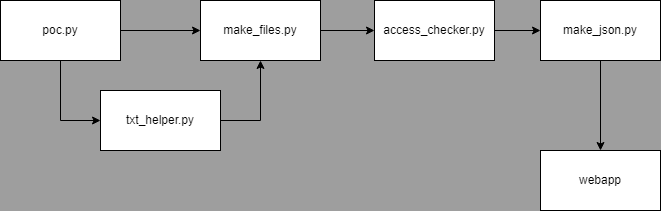
The draw.io diagram flow.png in Lennskie/bachelor-thesis-2023, before a commit. Source tidied: cells renumbered, new cells last; positions are measured from the earlier drawing's top-left corner, leaving out a move shared by most shapes.
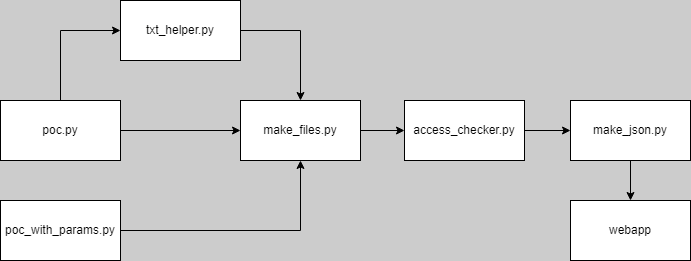
The same file after the commit.

Commit message:
Update README & add poc with params so it can be ran with 1 command

What changed in the source:
```diff
@@ -1,42 +1,48 @@
-<mxGraphModel background="#9E9E9E">
+<mxGraphModel background="#CCCCCC">
   <root>
     <mxCell id="0" />
     <mxCell id="1" parent="0" />
+    <mxCell id="3" style="edgeStyle=orthogonalEdgeStyle;rounded=0;jettySize=auto;html=1;entryX=0;entryY=0.5;entryDx=0;entryDy=0;" parent="1" edge="1" source="4" target="8">
+      <mxGeometry relative="1" as="geometry" />
+    </mxCell>
-    <mxCell id="2" style="edgeStyle=orthogonalEdgeStyle;rounded=0;jettySize=auto;html=1;" parent="1" edge="1" source="4" target="6">
+    <mxCell id="2" style="edgeStyle=orthogonalEdgeStyle;rounded=0;jettySize=auto;html=1;entryX=0;entryY=0.5;entryDx=0;entryDy=0;" parent="1" edge="1" source="4" target="6">
       <mxGeometry relative="1" as="geometry" />
     </mxCell>
-    <mxCell id="3" style="edgeStyle=orthogonalEdgeStyle;rounded=0;jettySize=auto;html=1;entryX=0;entryY=0.5;entryDx=0;entryDy=0;" parent="1" edge="1" source="4" target="8">
-      <mxGeometry relative="1" as="geometry" />
-    </mxCell>
     <mxCell id="4" value="poc.py" style="rounded=0;whiteSpace=wrap;html=1;" parent="1" vertex="1">
-      <mxGeometry width="120" height="60" as="geometry" />
+      <mxGeometry x="-30" y="-30" width="120" height="60" as="geometry" />
     </mxCell>
+    <mxCell id="14" style="edgeStyle=orthogonalEdgeStyle;rounded=0;jettySize=auto;html=1;entryX=0.5;entryY=1;entryDx=0;entryDy=0;" parent="1" edge="1" source="15" target="6">
+      <mxGeometry relative="1" as="geometry" />
+    </mxCell>
+    <mxCell id="15" value="poc_with_params.py" style="rounded=0;whiteSpace=wrap;html=1;" parent="1" vertex="1">
+      <mxGeometry x="-30" y="70" width="120" height="60" as="geometry" />
+    </mxCell>
+    <mxCell id="7" style="edgeStyle=orthogonalEdgeStyle;rounded=0;jettySize=auto;html=1;entryX=0.5;entryY=0;entryDx=0;entryDy=0;exitX=1;exitY=0.5;exitDx=0;exitDy=0;" parent="1" edge="1" source="8" target="6">
+      <mxGeometry relative="1" as="geometry" />
+    </mxCell>
+    <mxCell id="8" value="txt_helper.py" style="rounded=0;whiteSpace=wrap;html=1;" parent="1" vertex="1">
+      <mxGeometry x="90" y="-130" width="120" height="60" as="geometry" />
+    </mxCell>
     <mxCell id="5" style="edgeStyle=orthogonalEdgeStyle;rounded=0;jettySize=auto;html=1;entryX=0;entryY=0.5;entryDx=0;entryDy=0;" parent="1" edge="1" source="6" target="10">
       <mxGeometry relative="1" as="geometry" />
     </mxCell>
     <mxCell id="6" value="make_files.py" style="rounded=0;whiteSpace=wrap;html=1;" parent="1" vertex="1">
-      <mxGeometry x="200" width="120" height="60" as="geometry" />
+      <mxGeometry x="210" y="-30" width="120" height="60" as="geometry" />
     </mxCell>
-    <mxCell id="7" style="edgeStyle=orthogonalEdgeStyle;rounded=0;jettySize=auto;html=1;entryX=0.5;entryY=1;entryDx=0;entryDy=0;exitX=1;exitY=0.5;exitDx=0;exitDy=0;" parent="1" edge="1" source="8" target="6">
-      <mxGeometry relative="1" as="geometry" />
-    </mxCell>
-    <mxCell id="8" value="txt_helper.py" style="rounded=0;whiteSpace=wrap;html=1;" parent="1" vertex="1">
-      <mxGeometry x="100" y="90" width="120" height="60" as="geometry" />
-    </mxCell>
-    <mxCell id="9" style="edgeStyle=orthogonalEdgeStyle;rounded=0;jettySize=auto;html=1;entryX=0;entryY=0.5;entryDx=0;entryDy=0;" parent="1" edge="1" source="10" target="12">
+    <mxCell id="9" style="edgeStyle=orthogonalEdgeStyle;rounded=0;jettySize=auto;html=1;" parent="1" edge="1" source="10" target="12">
       <mxGeometry relative="1" as="geometry" />
     </mxCell>
     <mxCell id="10" value="access_checker.py" style="rounded=0;whiteSpace=wrap;html=1;" parent="1" vertex="1">
-      <mxGeometry x="374" width="120" height="60" as="geometry" />
+      <mxGeometry x="374" y="-30" width="120" height="60" as="geometry" />
     </mxCell>
-    <mxCell id="11" style="edgeStyle=orthogonalEdgeStyle;rounded=0;jettySize=auto;html=1;exitX=0.5;exitY=1;exitDx=0;exitDy=0;" parent="1" edge="1" source="12" target="13">
+    <mxCell id="11" style="edgeStyle=orthogonalEdgeStyle;rounded=0;jettySize=auto;html=1;" parent="1" edge="1" source="12" target="13">
       <mxGeometry relative="1" as="geometry" />
     </mxCell>
     <mxCell id="12" value="make_json.py" style="rounded=0;whiteSpace=wrap;html=1;" parent="1" vertex="1">
-      <mxGeometry x="540" width="120" height="60" as="geometry" />
+      <mxGeometry x="540" y="-30" width="120" height="60" as="geometry" />
     </mxCell>
     <mxCell id="13" value="webapp" style="rounded=0;whiteSpace=wrap;html=1;" parent="1" vertex="1">
-      <mxGeometry x="540" y="150" width="120" height="60" as="geometry" />
+      <mxGeometry x="540" y="70" width="120" height="60" as="geometry" />
     </mxCell>
   </root>
 </mxGraphModel>
```
